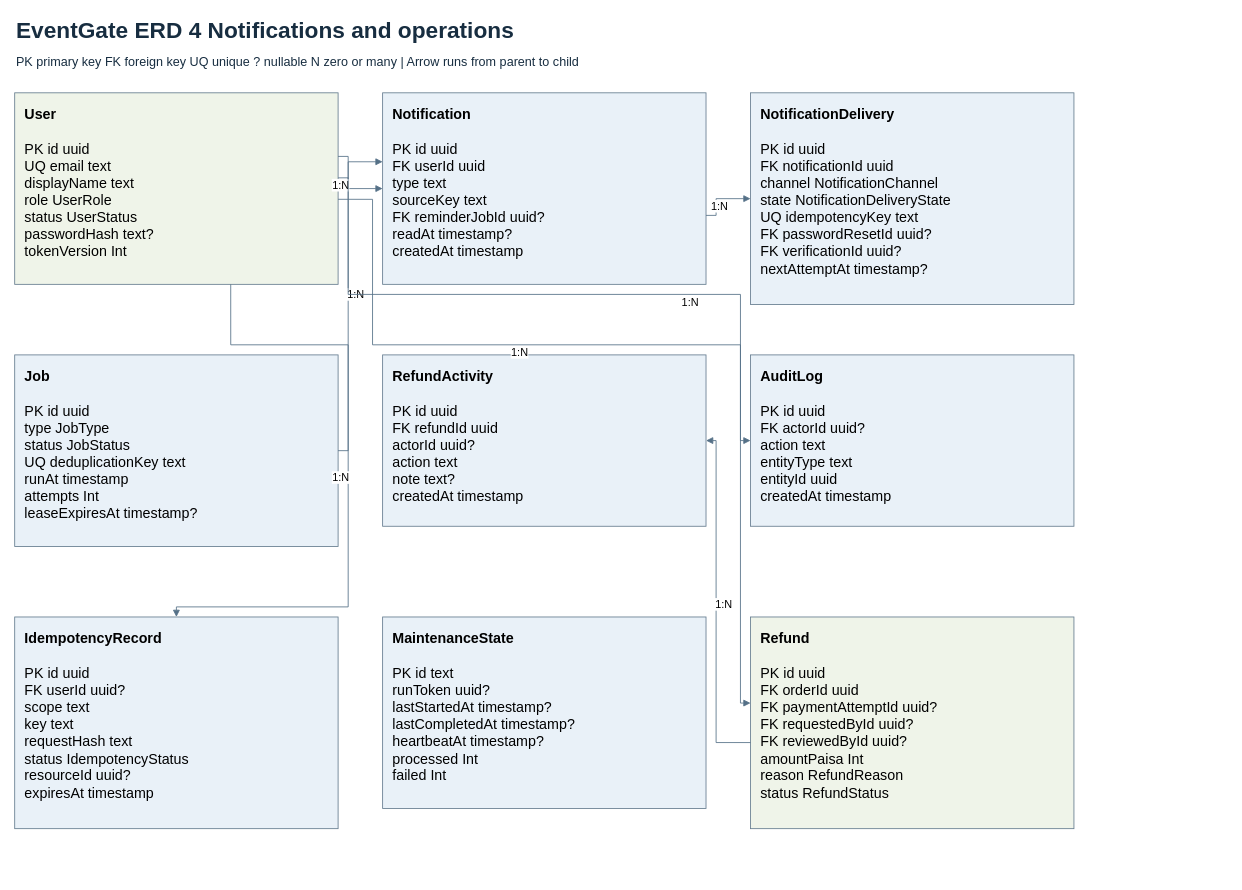
The draw.io diagram page "EventGate ERD 4 Notifications and operations" (4 of 6) of diagrams/eventgate-erd.drawio in SayemHasan74/eventgate-system-design, before the edit. Source tidied: cells renumbered, new cells numbered last; positions are measured from the earlier drawing's top-left corner, leaving out a move shared by most shapes. Both pictures are drawn from the tidied source at 84%, with x=0, y=0 at pixel (14, 14).
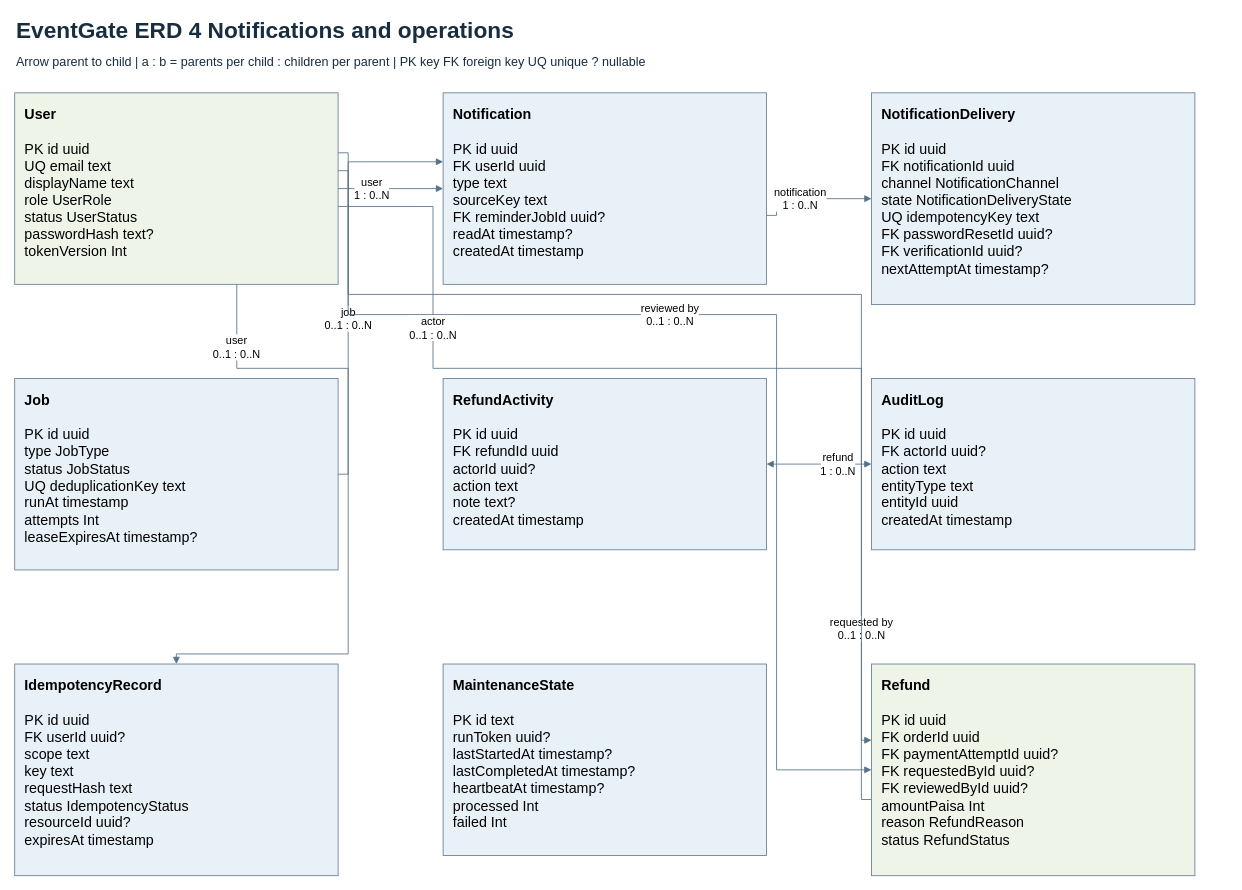
After the change.

The change refers to these unchanged cells:
```xml
<mxCell id="4" value="&lt;b&gt;User&lt;/b&gt;&lt;br&gt;&lt;br&gt;PK id  uuid&lt;br&gt;UQ email  text&lt;br&gt;displayName  text&lt;br&gt;role  UserRole&lt;br&gt;status  UserStatus&lt;br&gt;passwordHash  text?&lt;br&gt;tokenVersion  Int" style="rounded=0;whiteSpace=wrap;html=1;align=left;verticalAlign=top;spacing=12;fontFamily=Arial;fontSize=17;fillColor=#eff4e9;strokeColor=#657c8f;" parent="1" vertex="1">
  <mxGeometry y="93" width="385" height="228" as="geometry" />
</mxCell>
```

What changed in the source:
```diff
@@
     <mxCell id="2" value="EventGate ERD 4 Notifications and operations" style="text;html=0;align=left;verticalAlign=middle;fontSize=27;fontStyle=1;fontColor=#172d40;" parent="1" vertex="1">
-      <mxGeometry width="1264" height="32" as="geometry" />
+      <mxGeometry width="1444" height="32" as="geometry" />
     </mxCell>
-    <mxCell id="3" value="PK primary key   FK foreign key   UQ unique   ? nullable   N zero or many   |   Arrow runs from parent to child" style="text;html=0;align=left;verticalAlign=middle;fontSize=15;fontStyle=0;fontColor=#172d40;" parent="1" vertex="1">
-      <mxGeometry y="39" width="1264" height="32" as="geometry" />
+    <mxCell id="3" value="Arrow parent to child   |   a : b = parents per child : children per parent   |   PK key   FK foreign key   UQ unique   ? nullable" style="text;html=0;align=left;verticalAlign=middle;fontSize=15;fontStyle=0;fontColor=#172d40;" parent="1" vertex="1">
+      <mxGeometry y="39" width="1444" height="32" as="geometry" />
     </mxCell>
@@
     <mxCell id="5" value="&lt;b&gt;Notification&lt;/b&gt;&lt;br&gt;&lt;br&gt;PK id  uuid&lt;br&gt;FK userId  uuid&lt;br&gt;type  text&lt;br&gt;sourceKey  text&lt;br&gt;FK reminderJobId  uuid?&lt;br&gt;readAt  timestamp?&lt;br&gt;createdAt  timestamp" style="rounded=0;whiteSpace=wrap;html=1;align=left;verticalAlign=top;spacing=12;fontFamily=Arial;fontSize=17;fillColor=#e9f1f8;strokeColor=#657c8f;" parent="1" vertex="1">
-      <mxGeometry x="438" y="93" width="385" height="228" as="geometry" />
+      <mxGeometry x="510" y="93" width="385" height="228" as="geometry" />
     </mxCell>
     <mxCell id="6" value="&lt;b&gt;NotificationDelivery&lt;/b&gt;&lt;br&gt;&lt;br&gt;PK id  uuid&lt;br&gt;FK notificationId  uuid&lt;br&gt;channel  NotificationChannel&lt;br&gt;state  NotificationDeliveryState&lt;br&gt;UQ idempotencyKey  text&lt;br&gt;FK passwordResetId  uuid?&lt;br&gt;FK verificationId  uuid?&lt;br&gt;nextAttemptAt  timestamp?" style="rounded=0;whiteSpace=wrap;html=1;align=left;verticalAlign=top;spacing=12;fontFamily=Arial;fontSize=17;fillColor=#e9f1f8;strokeColor=#657c8f;" parent="1" vertex="1">
-      <mxGeometry x="876" y="93" width="385" height="252" as="geometry" />
+      <mxGeometry x="1020" y="93" width="385" height="252" as="geometry" />
     </mxCell>
     <mxCell id="7" value="&lt;b&gt;Job&lt;/b&gt;&lt;br&gt;&lt;br&gt;PK id  uuid&lt;br&gt;type  JobType&lt;br&gt;status  JobStatus&lt;br&gt;UQ deduplicationKey  text&lt;br&gt;runAt  timestamp&lt;br&gt;attempts  Int&lt;br&gt;leaseExpiresAt  timestamp?" style="rounded=0;whiteSpace=wrap;html=1;align=left;verticalAlign=top;spacing=12;fontFamily=Arial;fontSize=17;fillColor=#e9f1f8;strokeColor=#657c8f;" parent="1" vertex="1">
-      <mxGeometry y="405" width="385" height="228" as="geometry" />
+      <mxGeometry y="433" width="385" height="228" as="geometry" />
     </mxCell>
     <mxCell id="8" value="&lt;b&gt;RefundActivity&lt;/b&gt;&lt;br&gt;&lt;br&gt;PK id  uuid&lt;br&gt;FK refundId  uuid&lt;br&gt;actorId  uuid?&lt;br&gt;action  text&lt;br&gt;note  text?&lt;br&gt;createdAt  timestamp" style="rounded=0;whiteSpace=wrap;html=1;align=left;verticalAlign=top;spacing=12;fontFamily=Arial;fontSize=17;fillColor=#e9f1f8;strokeColor=#657c8f;" parent="1" vertex="1">
-      <mxGeometry x="438" y="405" width="385" height="204" as="geometry" />
+      <mxGeometry x="510" y="433" width="385" height="204" as="geometry" />
     </mxCell>
     <mxCell id="9" value="&lt;b&gt;AuditLog&lt;/b&gt;&lt;br&gt;&lt;br&gt;PK id  uuid&lt;br&gt;FK actorId  uuid?&lt;br&gt;action  text&lt;br&gt;entityType  text&lt;br&gt;entityId  uuid&lt;br&gt;createdAt  timestamp" style="rounded=0;whiteSpace=wrap;html=1;align=left;verticalAlign=top;spacing=12;fontFamily=Arial;fontSize=17;fillColor=#e9f1f8;strokeColor=#657c8f;" parent="1" vertex="1">
-      <mxGeometry x="876" y="405" width="385" height="204" as="geometry" />
+      <mxGeometry x="1020" y="433" width="385" height="204" as="geometry" />
     </mxCell>
     <mxCell id="10" value="&lt;b&gt;IdempotencyRecord&lt;/b&gt;&lt;br&gt;&lt;br&gt;PK id  uuid&lt;br&gt;FK userId  uuid?&lt;br&gt;scope  text&lt;br&gt;key  text&lt;br&gt;requestHash  text&lt;br&gt;status  IdempotencyStatus&lt;br&gt;resourceId  uuid?&lt;br&gt;expiresAt  timestamp" style="rounded=0;whiteSpace=wrap;html=1;align=left;verticalAlign=top;spacing=12;fontFamily=Arial;fontSize=17;fillColor=#e9f1f8;strokeColor=#657c8f;" parent="1" vertex="1">
-      <mxGeometry y="717" width="385" height="252" as="geometry" />
+      <mxGeometry y="773" width="385" height="252" as="geometry" />
     </mxCell>
     <mxCell id="11" value="&lt;b&gt;MaintenanceState&lt;/b&gt;&lt;br&gt;&lt;br&gt;PK id  text&lt;br&gt;runToken  uuid?&lt;br&gt;lastStartedAt  timestamp?&lt;br&gt;lastCompletedAt  timestamp?&lt;br&gt;heartbeatAt  timestamp?&lt;br&gt;processed  Int&lt;br&gt;failed  Int" style="rounded=0;whiteSpace=wrap;html=1;align=left;verticalAlign=top;spacing=12;fontFamily=Arial;fontSize=17;fillColor=#e9f1f8;strokeColor=#657c8f;" parent="1" vertex="1">
-      <mxGeometry x="438" y="717" width="385" height="228" as="geometry" />
+      <mxGeometry x="510" y="773" width="385" height="228" as="geometry" />
     </mxCell>
     <mxCell id="12" value="&lt;b&gt;Refund&lt;/b&gt;&lt;br&gt;&lt;br&gt;PK id  uuid&lt;br&gt;FK orderId  uuid&lt;br&gt;FK paymentAttemptId  uuid?&lt;br&gt;FK requestedById  uuid?&lt;br&gt;FK reviewedById  uuid?&lt;br&gt;amountPaisa  Int&lt;br&gt;reason  RefundReason&lt;br&gt;status  RefundStatus" style="rounded=0;whiteSpace=wrap;html=1;align=left;verticalAlign=top;spacing=12;fontFamily=Arial;fontSize=17;fillColor=#eff4e9;strokeColor=#657c8f;" parent="1" vertex="1">
-      <mxGeometry x="876" y="717" width="385" height="252" as="geometry" />
+      <mxGeometry x="1020" y="773" width="385" height="252" as="geometry" />
     </mxCell>
-    <mxCell id="13" value="1:N" style="edgeStyle=none;rounded=0;html=1;fontSize=13;labelBackgroundColor=#ffffff;strokeColor=#557087;endArrow=block;endFill=1;exitX=1;exitY=0.5;entryX=0;entryY=0.36;exitPerimeter=0;entryPerimeter=0;dashed=0;" parent="1" edge="1" source="7" target="5">
-      <mxGeometry y="-9" relative="1" as="geometry">
+    <mxCell id="13" value="job&lt;br&gt;0..1 : 0..N" style="edgeStyle=none;rounded=0;html=1;fontSize=13;labelBackgroundColor=#ffffff;strokeColor=#557087;endArrow=block;endFill=1;exitX=1;exitY=0.5;entryX=0;entryY=0.36;exitPerimeter=0;entryPerimeter=0;dashed=0;" parent="1" edge="1" source="7" target="5">
+      <mxGeometry relative="1" as="geometry">
         <Array as="points">
-          <mxPoint x="397" y="519" />
+          <mxPoint x="397" y="547" />
           <mxPoint x="397" y="175.1" />
         </Array>
+        <mxPoint y="50.5" as="offset" />
       </mxGeometry>
     </mxCell>
-    <mxCell id="14" value="1:N" style="edgeStyle=none;rounded=0;html=1;fontSize=13;labelBackgroundColor=#ffffff;strokeColor=#557087;endArrow=block;endFill=1;exitX=1;exitY=0.332;entryX=0;entryY=0.5;exitPerimeter=0;entryPerimeter=0;dashed=0;" parent="1" edge="1" source="4" target="5">
-      <mxGeometry y="-9" relative="1" as="geometry">
+    <mxCell id="14" value="user&lt;br&gt;1 : 0..N" style="edgeStyle=none;rounded=0;html=1;fontSize=13;labelBackgroundColor=#ffffff;strokeColor=#557087;endArrow=block;endFill=1;exitX=1;exitY=0.31333333333333335;entryX=0;entryY=0.5;exitPerimeter=0;entryPerimeter=0;dashed=0;" parent="1" edge="1" source="4" target="5">
+      <mxGeometry relative="1" as="geometry">
         <Array as="points">
-          <mxPoint x="397" y="168.7" />
+          <mxPoint x="397" y="164.4" />
           <mxPoint x="397" y="207" />
         </Array>
+        <mxPoint x="-1" as="offset" />
       </mxGeometry>
     </mxCell>
-    <mxCell id="15" value="1:N" style="edgeStyle=none;rounded=0;html=1;fontSize=13;labelBackgroundColor=#ffffff;strokeColor=#557087;endArrow=block;endFill=1;exitX=1;exitY=0.64;entryX=0;entryY=0.5;exitPerimeter=0;entryPerimeter=0;dashed=0;" parent="1" edge="1" source="5" target="6">
-      <mxGeometry y="-9" relative="1" as="geometry">
+    <mxCell id="15" value="notification&lt;br&gt;1 : 0..N" style="edgeStyle=none;rounded=0;html=1;fontSize=13;labelBackgroundColor=#ffffff;strokeColor=#557087;endArrow=block;endFill=1;exitX=1;exitY=0.64;entryX=0;entryY=0.5;exitPerimeter=0;entryPerimeter=0;dashed=0;" parent="1" edge="1" source="5" target="6">
+      <mxGeometry relative="1" as="geometry">
         <Array as="points">
-          <mxPoint x="835" y="238.9" />
-          <mxPoint x="835" y="219" />
+          <mxPoint x="907" y="238.9" />
+          <mxPoint x="907" y="219" />
         </Array>
+        <mxPoint x="-12.3" as="offset" />
       </mxGeometry>
     </mxCell>
-    <mxCell id="16" value="1:N" style="edgeStyle=none;rounded=0;html=1;fontSize=13;labelBackgroundColor=#ffffff;strokeColor=#557087;endArrow=block;endFill=1;exitX=1;exitY=0.44400000000000006;entryX=0;entryY=0.4066666666666667;exitPerimeter=0;entryPerimeter=0;dashed=0;" parent="1" edge="1" source="4" target="12">
-      <mxGeometry y="-9" relative="1" as="geometry">
+    <mxCell id="16" value="requested by&lt;br&gt;0..1 : 0..N" style="edgeStyle=none;rounded=0;html=1;fontSize=13;labelBackgroundColor=#ffffff;strokeColor=#557087;endArrow=block;endFill=1;exitX=1;exitY=0.4066666666666667;entryX=0;entryY=0.36;exitPerimeter=0;entryPerimeter=0;dashed=0;" parent="1" edge="1" source="4" target="12">
+      <mxGeometry relative="1" as="geometry">
         <Array as="points">
-          <mxPoint x="397" y="194.2" />
+          <mxPoint x="397" y="185.7" />
           <mxPoint x="397" y="333" />
-          <mxPoint x="864" y="333" />
-          <mxPoint x="864" y="819.5" />
+          <mxPoint x="1008" y="333" />
+          <mxPoint x="1008" y="863.7" />
         </Array>
+        <mxPoint x="113.8" y="398" as="offset" />
       </mxGeometry>
     </mxCell>
-    <mxCell id="17" value="1:N" style="edgeStyle=none;rounded=0;html=1;fontSize=13;labelBackgroundColor=#ffffff;strokeColor=#557087;endArrow=block;endFill=1;exitX=0;exitY=0.5933333333333334;entryX=1;entryY=0.5;exitPerimeter=0;entryPerimeter=0;dashed=0;" parent="1" edge="1" source="12" target="8">
-      <mxGeometry y="-9" relative="1" as="geometry">
+    <mxCell id="17" value="reviewed by&lt;br&gt;0..1 : 0..N" style="edgeStyle=none;rounded=0;html=1;fontSize=13;labelBackgroundColor=#ffffff;strokeColor=#557087;endArrow=block;endFill=1;exitX=1;exitY=0.5;entryX=0;entryY=0.5;exitPerimeter=0;entryPerimeter=0;dashed=0;" parent="1" edge="1" source="4" target="12">
+      <mxGeometry relative="1" as="geometry">
         <Array as="points">
-          <mxPoint x="835" y="866.5" />
-          <mxPoint x="835" y="507" />
+          <mxPoint x="397" y="207" />
+          <mxPoint x="397" y="357" />
+          <mxPoint x="907" y="357" />
+          <mxPoint x="907" y="899" />
         </Array>
+        <mxPoint x="-119" as="offset" />
       </mxGeometry>
     </mxCell>
-    <mxCell id="18" value="1:N" style="edgeStyle=none;rounded=0;html=1;fontSize=13;labelBackgroundColor=#ffffff;strokeColor=#557087;endArrow=block;endFill=1;exitX=1;exitY=0.556;entryX=0;entryY=0.5;exitPerimeter=0;entryPerimeter=0;dashed=0;" parent="1" edge="1" source="4" target="9">
-      <mxGeometry y="-9" relative="1" as="geometry">
+    <mxCell id="18" value="refund&lt;br&gt;1 : 0..N" style="edgeStyle=none;rounded=0;html=1;fontSize=13;labelBackgroundColor=#ffffff;strokeColor=#557087;endArrow=block;endFill=1;exitX=0;exitY=0.64;entryX=1;entryY=0.5;exitPerimeter=0;entryPerimeter=0;dashed=0;" parent="1" edge="1" source="12" target="8">
+      <mxGeometry relative="1" as="geometry">
         <Array as="points">
-          <mxPoint x="426" y="219.8" />
-          <mxPoint x="426" y="393" />
-          <mxPoint x="864" y="393" />
-          <mxPoint x="864" y="507" />
+          <mxPoint x="1008" y="934.3" />
+          <mxPoint x="1008" y="535" />
         </Array>
+        <mxPoint x="-28.2" y="-149.1" as="offset" />
       </mxGeometry>
     </mxCell>
-    <mxCell id="19" value="1:N" style="edgeStyle=none;rounded=0;html=1;fontSize=13;labelBackgroundColor=#ffffff;strokeColor=#557087;endArrow=block;endFill=1;exitX=0.668;exitY=1;entryX=0.5;entryY=0;exitPerimeter=0;entryPerimeter=0;dashed=0;" parent="1" edge="1" source="4" target="10">
-      <mxGeometry y="-9" relative="1" as="geometry">
+    <mxCell id="19" value="actor&lt;br&gt;0..1 : 0..N" style="edgeStyle=none;rounded=0;html=1;fontSize=13;labelBackgroundColor=#ffffff;strokeColor=#557087;endArrow=block;endFill=1;exitX=1;exitY=0.5933333333333334;entryX=0;entryY=0.5;exitPerimeter=0;entryPerimeter=0;dashed=0;" parent="1" edge="1" source="4" target="9">
+      <mxGeometry relative="1" as="geometry">
         <Array as="points">
-          <mxPoint x="257.2" y="393" />
-          <mxPoint x="397" y="393" />
-          <mxPoint x="397" y="705" />
-          <mxPoint x="192.5" y="705" />
+          <mxPoint x="498" y="228.3" />
+          <mxPoint x="498" y="421" />
+          <mxPoint x="1008" y="421" />
+          <mxPoint x="1008" y="535" />
         </Array>
+        <mxPoint x="-165.1" y="-48.2" as="offset" />
       </mxGeometry>
     </mxCell>
+    <mxCell id="20" value="user&lt;br&gt;0..1 : 0..N" style="edgeStyle=none;rounded=0;html=1;fontSize=13;labelBackgroundColor=#ffffff;strokeColor=#557087;endArrow=block;endFill=1;exitX=0.6866666666666668;exitY=1;entryX=0.5;entryY=0;exitPerimeter=0;entryPerimeter=0;dashed=0;" parent="1" edge="1" source="4" target="10">
+      <mxGeometry relative="1" as="geometry">
+        <Array as="points">
+          <mxPoint x="264.4" y="421" />
+          <mxPoint x="397" y="421" />
+          <mxPoint x="397" y="761" />
+          <mxPoint x="192.5" y="761" />
+        </Array>
+        <mxPoint x="-132.6" y="-186.9" as="offset" />
+      </mxGeometry>
+    </mxCell>
```
